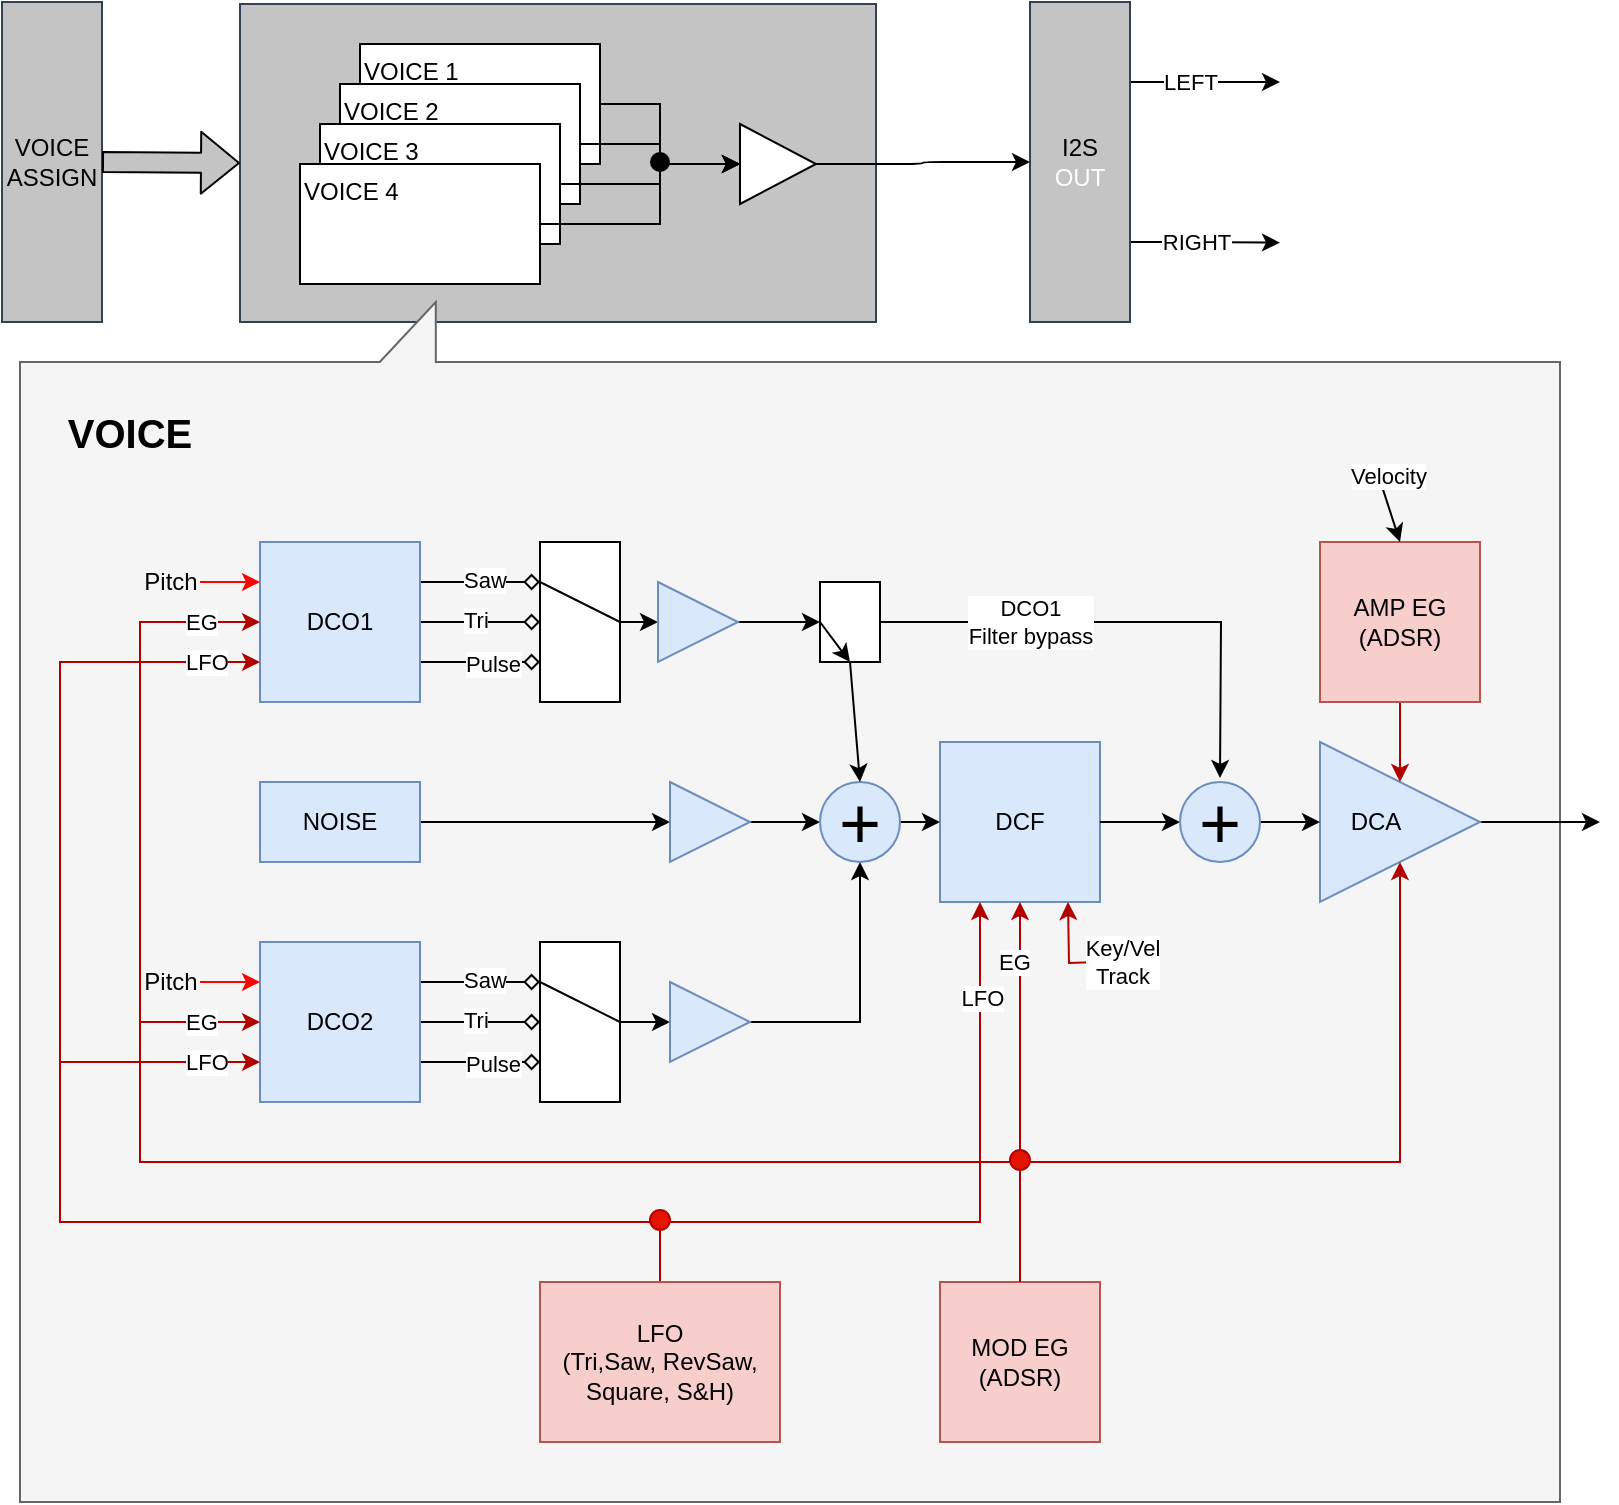
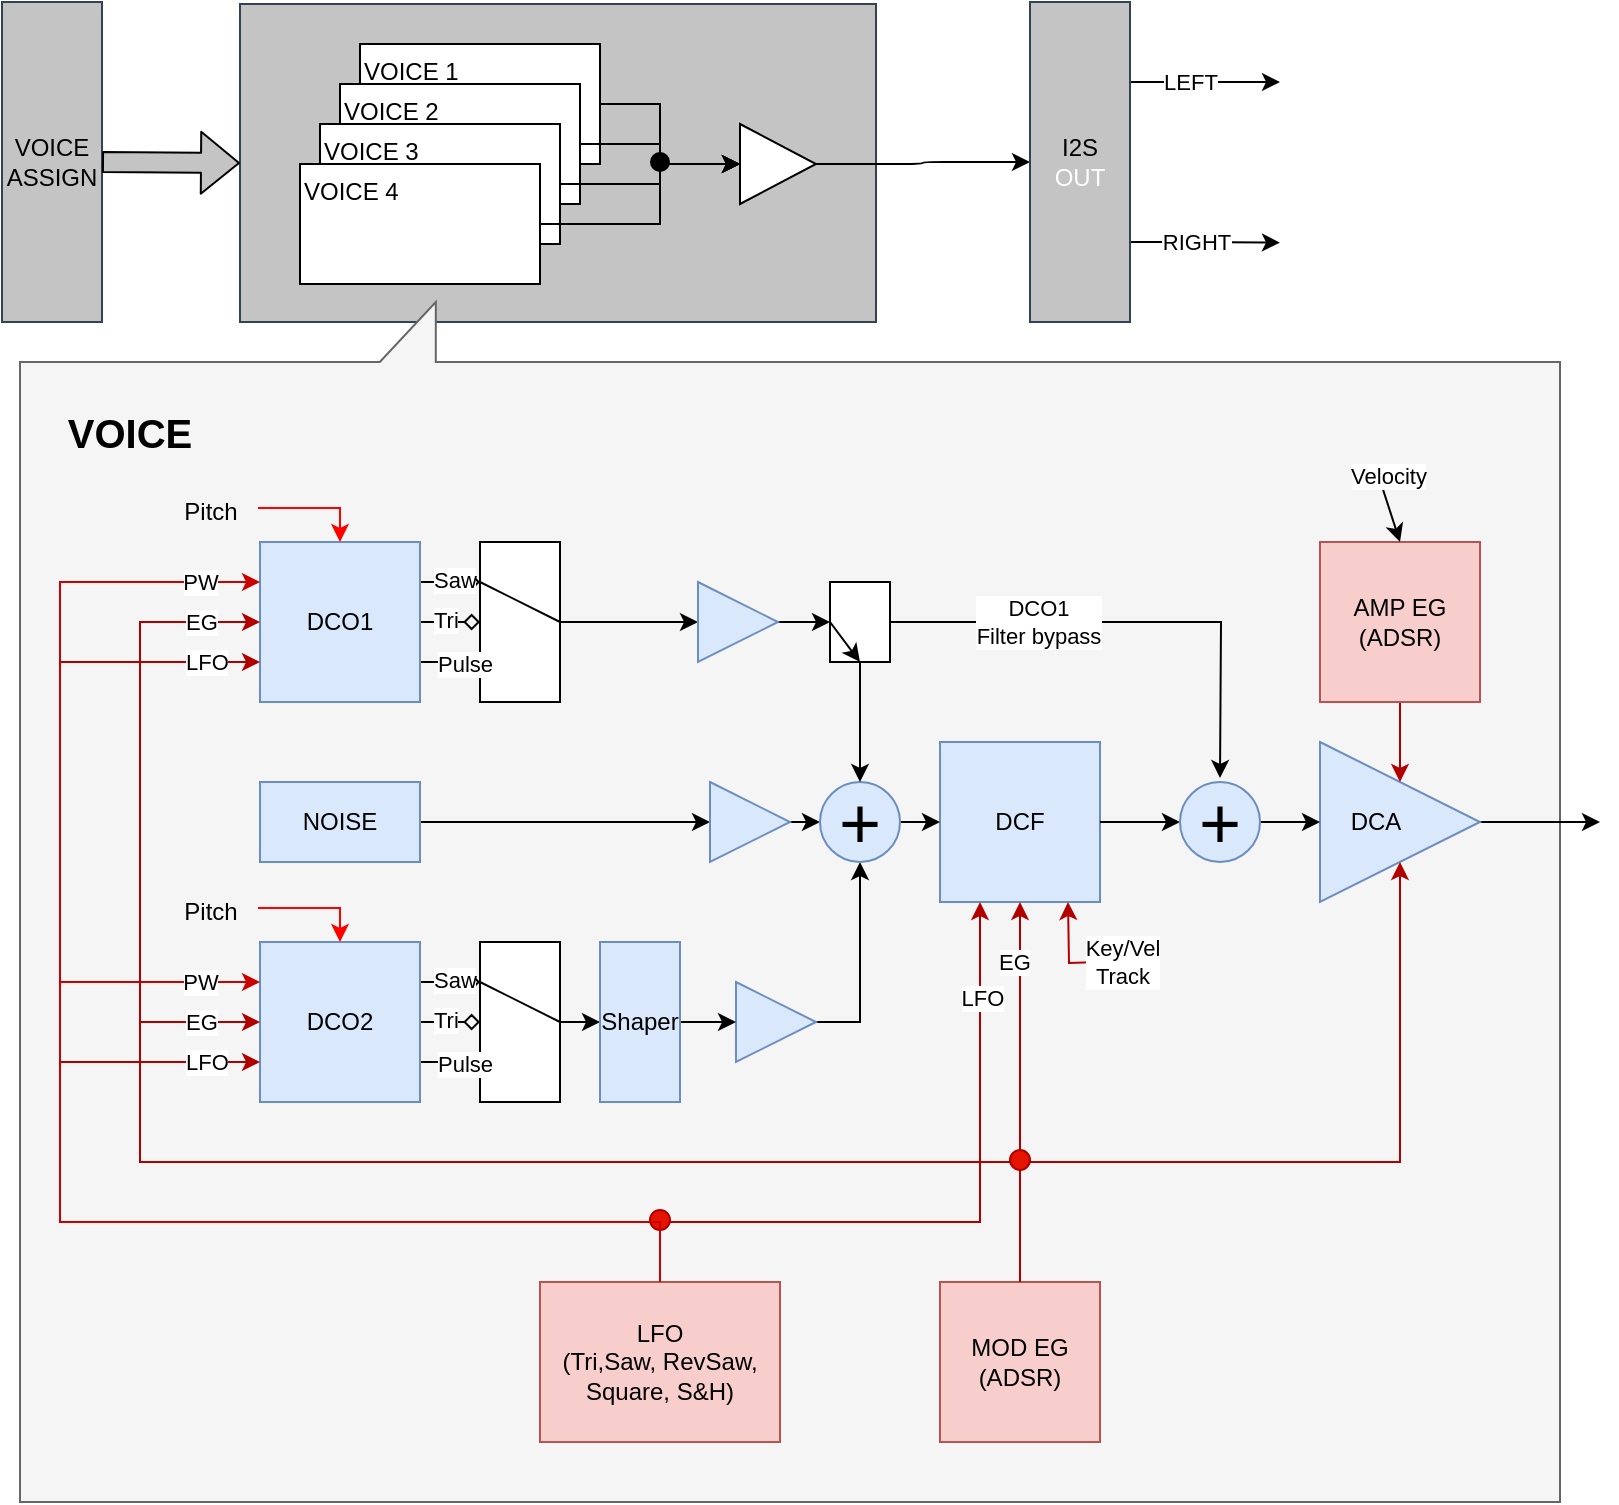
<mxfile host="65bd71144e" scale="1" border="15">
    <diagram id="7iq_FM9Adas1HoMDoNEq" name="Page-1">
        <mxGraphModel dx="1081" dy="802" grid="1" gridSize="10" guides="1" tooltips="1" connect="1" arrows="1" fold="1" page="1" pageScale="1" pageWidth="1169" pageHeight="827" background="#ffffff" math="0" shadow="0">
            <root>
                <mxCell id="0"/>
                <mxCell id="1" parent="0"/>
                <mxCell id="81" value="" style="rounded=0;whiteSpace=wrap;html=1;fillColor=#C4C4C4;fontColor=#ffffff;strokeColor=#314354;" parent="1" vertex="1">
                    <mxGeometry x="240" y="31" width="318" height="159" as="geometry"/>
                </mxCell>
                <mxCell id="96" value="" style="shape=callout;whiteSpace=wrap;html=1;perimeter=calloutPerimeter;rotation=-180;base=28;size=30;position=0.73;position2=0.73;fillColor=#f5f5f5;fontColor=#333333;strokeColor=#666666;" parent="1" vertex="1">
                    <mxGeometry x="130" y="180" width="770" height="600" as="geometry"/>
                </mxCell>
                <mxCell id="41" style="edgeStyle=none;html=1;exitX=1;exitY=0.5;exitDx=0;exitDy=0;" parent="1" source="38" edge="1">
                    <mxGeometry relative="1" as="geometry">
                        <mxPoint x="920" y="440" as="targetPoint"/>
                    </mxGeometry>
                </mxCell>
                <mxCell id="51" style="edgeStyle=none;html=1;exitX=1;exitY=0.5;exitDx=0;exitDy=0;entryX=0;entryY=0.5;entryDx=0;entryDy=0;" parent="1" source="4" target="44" edge="1">
                    <mxGeometry relative="1" as="geometry"/>
                </mxCell>
                <mxCell id="4" value="" style="rounded=0;whiteSpace=wrap;html=1;" parent="1" vertex="1">
-                     <mxGeometry x="390" y="300" width="40" height="80" as="geometry"/>
+                     <mxGeometry x="360" y="300" width="40" height="80" as="geometry"/>
                </mxCell>
                <mxCell id="5" style="edgeStyle=none;html=1;exitX=1;exitY=0.25;exitDx=0;exitDy=0;entryX=0;entryY=0.25;entryDx=0;entryDy=0;endArrow=diamond;endFill=0;" parent="1" source="2" target="4" edge="1">
                    <mxGeometry relative="1" as="geometry"/>
                </mxCell>
                <mxCell id="8" value="Saw" style="edgeLabel;html=1;align=left;verticalAlign=middle;resizable=0;points=[];" parent="5" vertex="1" connectable="0">
                    <mxGeometry x="0.025" y="3" relative="1" as="geometry">
                        <mxPoint x="-11" y="2" as="offset"/>
                    </mxGeometry>
                </mxCell>
                <mxCell id="6" style="edgeStyle=none;html=1;exitX=1;exitY=0.5;exitDx=0;exitDy=0;entryX=0;entryY=0.5;entryDx=0;entryDy=0;endArrow=diamond;endFill=0;" parent="1" source="2" target="4" edge="1">
                    <mxGeometry relative="1" as="geometry"/>
                </mxCell>
                <mxCell id="9" value="Tri" style="edgeLabel;html=1;align=left;verticalAlign=middle;resizable=0;points=[];" parent="6" vertex="1" connectable="0">
                    <mxGeometry x="0.025" relative="1" as="geometry">
                        <mxPoint x="-11" y="-1" as="offset"/>
                    </mxGeometry>
                </mxCell>
                <mxCell id="7" style="edgeStyle=none;html=1;exitX=1;exitY=0.75;exitDx=0;exitDy=0;entryX=0;entryY=0.75;entryDx=0;entryDy=0;endArrow=diamond;endFill=0;" parent="1" source="2" target="4" edge="1">
                    <mxGeometry relative="1" as="geometry"/>
                </mxCell>
                <mxCell id="10" value="Pulse" style="edgeLabel;html=1;align=left;verticalAlign=middle;resizable=0;points=[];" parent="7" vertex="1" connectable="0">
                    <mxGeometry x="-0.05" y="-2" relative="1" as="geometry">
                        <mxPoint x="-8" y="-1" as="offset"/>
                    </mxGeometry>
                </mxCell>
                <mxCell id="2" value="DCO1" style="whiteSpace=wrap;html=1;aspect=fixed;fillColor=#dae8fc;strokeColor=#6c8ebf;" parent="1" vertex="1">
                    <mxGeometry x="250" y="300" width="80" height="80" as="geometry"/>
                </mxCell>
                <mxCell id="37" style="edgeStyle=none;html=1;exitX=1;exitY=0.5;exitDx=0;exitDy=0;" parent="1" source="38" edge="1">
                    <mxGeometry relative="1" as="geometry">
                        <mxPoint x="790" y="440" as="targetPoint"/>
                    </mxGeometry>
                </mxCell>
                <mxCell id="19" value="DCF" style="rounded=0;whiteSpace=wrap;html=1;fillColor=#dae8fc;strokeColor=#6c8ebf;" parent="1" vertex="1">
                    <mxGeometry x="590" y="400" width="80" height="80" as="geometry"/>
                </mxCell>
                <mxCell id="23" style="edgeStyle=none;html=1;exitX=1;exitY=0.5;exitDx=0;exitDy=0;entryX=0;entryY=0.25;entryDx=0;entryDy=0;endArrow=none;endFill=0;" parent="1" source="4" target="4" edge="1">
                    <mxGeometry relative="1" as="geometry"/>
                </mxCell>
-                 <mxCell id="53" style="edgeStyle=none;html=1;exitX=1;exitY=0.5;exitDx=0;exitDy=0;" parent="1" source="25" target="42" edge="1">
-                     <mxGeometry relative="1" as="geometry"/>
+                 <mxCell id="53" style="edgeStyle=none;html=1;exitX=1;exitY=0.5;exitDx=0;exitDy=0;entryX=0;entryY=0.5;entryDx=0;entryDy=0;" parent="1" source="25" target="126" edge="1">
+                     <mxGeometry relative="1" as="geometry">
+                         <mxPoint x="475" y="540" as="targetPoint"/>
+                     </mxGeometry>
                </mxCell>
                <mxCell id="25" value="" style="rounded=0;whiteSpace=wrap;html=1;" parent="1" vertex="1">
-                     <mxGeometry x="390" y="500" width="40" height="80" as="geometry"/>
+                     <mxGeometry x="360" y="500" width="40" height="80" as="geometry"/>
                </mxCell>
                <mxCell id="26" style="edgeStyle=none;html=1;exitX=1;exitY=0.25;exitDx=0;exitDy=0;entryX=0;entryY=0.25;entryDx=0;entryDy=0;endArrow=diamond;endFill=0;" parent="1" source="32" target="25" edge="1">
                    <mxGeometry relative="1" as="geometry"/>
                </mxCell>
                <mxCell id="27" value="Saw" style="edgeLabel;html=1;align=left;verticalAlign=middle;resizable=0;points=[];" parent="26" vertex="1" connectable="0">
                    <mxGeometry x="0.025" y="3" relative="1" as="geometry">
                        <mxPoint x="-11" y="2" as="offset"/>
                    </mxGeometry>
                </mxCell>
                <mxCell id="28" style="edgeStyle=none;html=1;exitX=1;exitY=0.5;exitDx=0;exitDy=0;entryX=0;entryY=0.5;entryDx=0;entryDy=0;endArrow=diamond;endFill=0;" parent="1" source="32" target="25" edge="1">
                    <mxGeometry relative="1" as="geometry"/>
                </mxCell>
                <mxCell id="29" value="Tri" style="edgeLabel;html=1;align=left;verticalAlign=middle;resizable=0;points=[];" parent="28" vertex="1" connectable="0">
                    <mxGeometry x="0.025" relative="1" as="geometry">
                        <mxPoint x="-11" y="-1" as="offset"/>
                    </mxGeometry>
                </mxCell>
                <mxCell id="30" style="edgeStyle=none;html=1;exitX=1;exitY=0.75;exitDx=0;exitDy=0;entryX=0;entryY=0.75;entryDx=0;entryDy=0;endArrow=diamond;endFill=0;" parent="1" source="32" target="25" edge="1">
                    <mxGeometry relative="1" as="geometry"/>
                </mxCell>
                <mxCell id="31" value="Pulse" style="edgeLabel;html=1;align=left;verticalAlign=middle;resizable=0;points=[];" parent="30" vertex="1" connectable="0">
                    <mxGeometry x="-0.05" y="-2" relative="1" as="geometry">
                        <mxPoint x="-8" y="-1" as="offset"/>
                    </mxGeometry>
                </mxCell>
                <mxCell id="32" value="DCO2" style="whiteSpace=wrap;html=1;aspect=fixed;fillColor=#dae8fc;strokeColor=#6c8ebf;" parent="1" vertex="1">
                    <mxGeometry x="250" y="500" width="80" height="80" as="geometry"/>
                </mxCell>
                <mxCell id="33" style="edgeStyle=none;html=1;exitX=1;exitY=0.5;exitDx=0;exitDy=0;entryX=0;entryY=0.25;entryDx=0;entryDy=0;endArrow=none;endFill=0;" parent="1" source="25" target="25" edge="1">
                    <mxGeometry relative="1" as="geometry"/>
                </mxCell>
                <mxCell id="52" style="edgeStyle=none;html=1;exitX=1;exitY=0.5;exitDx=0;exitDy=0;entryX=0;entryY=0.5;entryDx=0;entryDy=0;" parent="1" source="34" target="43" edge="1">
                    <mxGeometry relative="1" as="geometry"/>
                </mxCell>
                <mxCell id="34" value="NOISE" style="rounded=0;whiteSpace=wrap;html=1;fillColor=#dae8fc;strokeColor=#6c8ebf;" parent="1" vertex="1">
                    <mxGeometry x="250" y="420" width="80" height="40" as="geometry"/>
                </mxCell>
                <mxCell id="48" style="edgeStyle=orthogonalEdgeStyle;html=1;exitX=1;exitY=0.5;exitDx=0;exitDy=0;entryX=0.5;entryY=1;entryDx=0;entryDy=0;rounded=0;curved=0;" parent="1" source="42" target="45" edge="1">
                    <mxGeometry relative="1" as="geometry"/>
                </mxCell>
                <mxCell id="42" value="" style="triangle;whiteSpace=wrap;html=1;fillColor=#dae8fc;strokeColor=#6c8ebf;" parent="1" vertex="1">
-                     <mxGeometry x="455" y="520" width="40" height="40" as="geometry"/>
+                     <mxGeometry x="488" y="520" width="40" height="40" as="geometry"/>
                </mxCell>
                <mxCell id="47" style="edgeStyle=none;html=1;exitX=1;exitY=0.5;exitDx=0;exitDy=0;entryX=0;entryY=0.5;entryDx=0;entryDy=0;" parent="1" source="43" target="45" edge="1">
                    <mxGeometry relative="1" as="geometry"/>
                </mxCell>
                <mxCell id="43" value="" style="triangle;whiteSpace=wrap;html=1;fillColor=#dae8fc;strokeColor=#6c8ebf;" parent="1" vertex="1">
-                     <mxGeometry x="455" y="420" width="40" height="40" as="geometry"/>
+                     <mxGeometry x="475" y="420" width="40" height="40" as="geometry"/>
                </mxCell>
                <mxCell id="46" style="edgeStyle=none;html=1;exitX=1;exitY=0.5;exitDx=0;exitDy=0;entryX=0;entryY=0.5;entryDx=0;entryDy=0;" parent="1" source="44" target="111" edge="1">
                    <mxGeometry relative="1" as="geometry"/>
                </mxCell>
                <mxCell id="44" value="" style="triangle;whiteSpace=wrap;html=1;fillColor=#dae8fc;strokeColor=#6c8ebf;" parent="1" vertex="1">
-                     <mxGeometry x="449" y="320" width="40" height="40" as="geometry"/>
+                     <mxGeometry x="469" y="320" width="40" height="40" as="geometry"/>
                </mxCell>
                <mxCell id="49" style="edgeStyle=none;html=1;exitX=1;exitY=0.5;exitDx=0;exitDy=0;entryX=0;entryY=0.5;entryDx=0;entryDy=0;" parent="1" source="45" target="19" edge="1">
                    <mxGeometry relative="1" as="geometry"/>
                </mxCell>
                <mxCell id="45" value="&lt;font style=&quot;font-size: 36px;&quot;&gt;&lt;span&gt;+&lt;/span&gt;&lt;/font&gt;" style="ellipse;whiteSpace=wrap;html=1;aspect=fixed;fontStyle=0;fillColor=#dae8fc;strokeColor=#6c8ebf;" parent="1" vertex="1">
                    <mxGeometry x="530" y="420" width="40" height="40" as="geometry"/>
                </mxCell>
                <mxCell id="50" value="" style="edgeStyle=none;html=1;exitX=1;exitY=0.5;exitDx=0;exitDy=0;entryX=0;entryY=0.5;entryDx=0;entryDy=0;" parent="1" source="19" target="110" edge="1">
                    <mxGeometry relative="1" as="geometry">
                        <mxPoint x="680" y="440" as="sourcePoint"/>
                        <mxPoint x="790" y="440" as="targetPoint"/>
                    </mxGeometry>
                </mxCell>
                <mxCell id="38" value="&amp;nbsp; &amp;nbsp; DCA" style="triangle;whiteSpace=wrap;html=1;align=left;fillColor=#dae8fc;strokeColor=#6c8ebf;" parent="1" vertex="1">
                    <mxGeometry x="780" y="400" width="80" height="80" as="geometry"/>
                </mxCell>
                <mxCell id="64" style="edgeStyle=orthogonalEdgeStyle;html=1;exitX=0.5;exitY=0;exitDx=0;exitDy=0;entryX=0;entryY=0.75;entryDx=0;entryDy=0;rounded=0;curved=0;fillColor=#e51400;strokeColor=#B20000;" parent="1" source="54" target="32" edge="1">
                    <mxGeometry relative="1" as="geometry">
                        <Array as="points">
                            <mxPoint x="450" y="640"/>
                            <mxPoint x="150" y="640"/>
                            <mxPoint x="150" y="560"/>
                        </Array>
                    </mxGeometry>
                </mxCell>
                <mxCell id="65" style="edgeStyle=orthogonalEdgeStyle;html=1;entryX=0;entryY=0.75;entryDx=0;entryDy=0;rounded=0;curved=0;fillColor=#e51400;strokeColor=#B20000;exitX=0.25;exitY=1;exitDx=0;exitDy=0;startArrow=classic;startFill=1;" parent="1" source="19" target="2" edge="1">
                    <mxGeometry relative="1" as="geometry">
                        <mxPoint x="610" y="500" as="sourcePoint"/>
                        <Array as="points">
                            <mxPoint x="610" y="640"/>
                            <mxPoint x="150" y="640"/>
                            <mxPoint x="150" y="360"/>
                        </Array>
                    </mxGeometry>
                </mxCell>
                <mxCell id="70" value="LFO" style="edgeLabel;html=1;align=left;verticalAlign=middle;resizable=0;points=[];" parent="65" vertex="1" connectable="0">
                    <mxGeometry x="0.952" relative="1" as="geometry">
                        <mxPoint x="-15" as="offset"/>
                    </mxGeometry>
                </mxCell>
                <mxCell id="75" value="LFO" style="edgeLabel;html=1;align=left;verticalAlign=middle;resizable=0;points=[];" parent="65" vertex="1" connectable="0">
                    <mxGeometry x="0.952" relative="1" as="geometry">
                        <mxPoint x="-15" y="200" as="offset"/>
                    </mxGeometry>
                </mxCell>
                <mxCell id="77" value="LFO" style="edgeLabel;html=1;align=center;verticalAlign=middle;resizable=0;points=[];" parent="65" vertex="1" connectable="0">
                    <mxGeometry x="-0.884" y="1" relative="1" as="geometry">
                        <mxPoint y="-10" as="offset"/>
                    </mxGeometry>
                </mxCell>
+                 <mxCell id="121" style="edgeStyle=orthogonalEdgeStyle;html=1;exitX=0.5;exitY=0;exitDx=0;exitDy=0;entryX=0;entryY=0.25;entryDx=0;entryDy=0;rounded=0;curved=0;strokeColor=#CC0000;" edge="1" parent="1" source="54" target="32">
+                     <mxGeometry relative="1" as="geometry">
+                         <Array as="points">
+                             <mxPoint x="450" y="640"/>
+                             <mxPoint x="150" y="640"/>
+                             <mxPoint x="150" y="520"/>
+                         </Array>
+                     </mxGeometry>
+                 </mxCell>
+                 <mxCell id="122" value="PW" style="edgeLabel;html=1;align=center;verticalAlign=middle;resizable=0;points=[];" vertex="1" connectable="0" parent="121">
+                     <mxGeometry x="0.8436" y="1" relative="1" as="geometry">
+                         <mxPoint x="13" y="1" as="offset"/>
+                     </mxGeometry>
+                 </mxCell>
                <mxCell id="54" value="LFO&lt;div&gt;(Tri,Saw, RevSaw, Square, S&amp;amp;H)&lt;/div&gt;" style="rounded=0;whiteSpace=wrap;html=1;strokeColor=#b85450;fillColor=#f8cecc;" parent="1" vertex="1">
                    <mxGeometry x="390" y="670" width="120" height="80" as="geometry"/>
                </mxCell>
                <mxCell id="58" style="edgeStyle=none;html=1;exitX=0.5;exitY=0;exitDx=0;exitDy=0;entryX=0.5;entryY=1;entryDx=0;entryDy=0;strokeWidth=1;fillColor=#e51400;strokeColor=#B20000;" parent="1" source="62" target="19" edge="1">
                    <mxGeometry relative="1" as="geometry"/>
                </mxCell>
                <mxCell id="76" value="EG" style="edgeLabel;html=1;align=center;verticalAlign=middle;resizable=0;points=[];" parent="58" vertex="1" connectable="0">
                    <mxGeometry x="0.1935" y="3" relative="1" as="geometry">
                        <mxPoint y="-20" as="offset"/>
                    </mxGeometry>
                </mxCell>
                <mxCell id="59" style="edgeStyle=orthogonalEdgeStyle;html=1;exitX=0.5;exitY=0;exitDx=0;exitDy=0;entryX=0;entryY=0.5;entryDx=0;entryDy=0;rounded=0;curved=0;fillColor=#e51400;strokeColor=#B20000;strokeWidth=1;" parent="1" source="55" target="32" edge="1">
                    <mxGeometry relative="1" as="geometry">
                        <Array as="points">
                            <mxPoint x="630" y="610"/>
                            <mxPoint x="190" y="610"/>
                            <mxPoint x="190" y="540"/>
                        </Array>
                    </mxGeometry>
                </mxCell>
                <mxCell id="60" style="edgeStyle=orthogonalEdgeStyle;html=1;exitX=0.5;exitY=0;exitDx=0;exitDy=0;entryX=0;entryY=0.5;entryDx=0;entryDy=0;rounded=0;curved=0;fillColor=#e51400;strokeColor=#B20000;strokeWidth=1;" parent="1" source="55" target="2" edge="1">
                    <mxGeometry relative="1" as="geometry">
                        <Array as="points">
                            <mxPoint x="630" y="610"/>
                            <mxPoint x="190" y="610"/>
                            <mxPoint x="190" y="340"/>
                        </Array>
                    </mxGeometry>
                </mxCell>
                <mxCell id="71" value="EG" style="edgeLabel;html=1;align=left;verticalAlign=middle;resizable=0;points=[];" parent="60" vertex="1" connectable="0">
                    <mxGeometry x="0.9167" relative="1" as="geometry">
                        <mxPoint x="-5" as="offset"/>
                    </mxGeometry>
                </mxCell>
                <mxCell id="74" value="EG" style="edgeLabel;html=1;align=left;verticalAlign=middle;resizable=0;points=[];" parent="60" vertex="1" connectable="0">
                    <mxGeometry x="0.9167" relative="1" as="geometry">
                        <mxPoint x="-5" y="200" as="offset"/>
                    </mxGeometry>
                </mxCell>
                <mxCell id="61" style="edgeStyle=orthogonalEdgeStyle;html=1;exitX=0.5;exitY=0;exitDx=0;exitDy=0;entryX=0.5;entryY=1;entryDx=0;entryDy=0;rounded=0;curved=0;strokeWidth=1;fillColor=#e51400;strokeColor=#B20000;" parent="1" source="55" target="38" edge="1">
                    <mxGeometry relative="1" as="geometry">
                        <Array as="points">
                            <mxPoint x="630" y="610"/>
                            <mxPoint x="820" y="610"/>
                        </Array>
                    </mxGeometry>
                </mxCell>
                <mxCell id="55" value="MOD EG&lt;div&gt;(ADSR)&lt;/div&gt;" style="rounded=0;whiteSpace=wrap;html=1;strokeColor=#b85450;strokeWidth=1;fillColor=#f8cecc;" parent="1" vertex="1">
                    <mxGeometry x="590" y="670" width="80" height="80" as="geometry"/>
                </mxCell>
-                 <mxCell id="57" style="edgeStyle=none;html=1;exitX=0.5;exitY=0;exitDx=0;exitDy=0;fillColor=#e51400;strokeColor=#B20000;strokeWidth=1;entryX=0.5;entryY=0;entryDx=0;entryDy=0;" parent="1" source="56" edge="1" target="38">
+                 <mxCell id="57" style="edgeStyle=none;html=1;exitX=0.5;exitY=0;exitDx=0;exitDy=0;fillColor=#e51400;strokeColor=#B20000;strokeWidth=1;entryX=0.5;entryY=0;entryDx=0;entryDy=0;" parent="1" source="56" target="38" edge="1">
                    <mxGeometry relative="1" as="geometry">
                        <mxPoint x="750" y="420" as="targetPoint"/>
                    </mxGeometry>
                </mxCell>
                <mxCell id="56" value="AMP EG&lt;div&gt;(ADSR)&lt;/div&gt;" style="rounded=0;whiteSpace=wrap;html=1;strokeColor=#b85450;strokeWidth=1;fillColor=#f8cecc;" parent="1" vertex="1">
                    <mxGeometry x="780" y="300" width="80" height="80" as="geometry"/>
                </mxCell>
                <mxCell id="63" value="" style="edgeStyle=none;html=1;exitX=0.5;exitY=0;exitDx=0;exitDy=0;entryX=0.5;entryY=1;entryDx=0;entryDy=0;strokeWidth=1;fillColor=#e51400;strokeColor=#B20000;endArrow=none;endFill=0;" parent="1" source="55" target="62" edge="1">
                    <mxGeometry relative="1" as="geometry">
                        <mxPoint x="630" y="640" as="sourcePoint"/>
                        <mxPoint x="630" y="480" as="targetPoint"/>
                    </mxGeometry>
                </mxCell>
                <mxCell id="62" value="" style="ellipse;whiteSpace=wrap;html=1;aspect=fixed;fillColor=#e51400;fontColor=#ffffff;strokeColor=#B20000;" parent="1" vertex="1">
                    <mxGeometry x="625" y="604" width="10" height="10" as="geometry"/>
                </mxCell>
                <mxCell id="66" value="" style="ellipse;whiteSpace=wrap;html=1;aspect=fixed;fillColor=#e51400;fontColor=#ffffff;strokeColor=#B20000;" parent="1" vertex="1">
                    <mxGeometry x="445" y="634" width="10" height="10" as="geometry"/>
                </mxCell>
                <mxCell id="67" value="" style="endArrow=classic;html=1;fillColor=#e51400;strokeColor=#B20000;edgeStyle=orthogonalEdgeStyle;rounded=0;curved=0;" parent="1" edge="1">
                    <mxGeometry width="50" height="50" relative="1" as="geometry">
                        <mxPoint x="670" y="510" as="sourcePoint"/>
                        <mxPoint x="654" y="480" as="targetPoint"/>
                    </mxGeometry>
                </mxCell>
                <mxCell id="68" value="Key/Vel&lt;div&gt;Track&lt;/div&gt;" style="edgeLabel;html=1;align=center;verticalAlign=middle;resizable=0;points=[];" parent="67" vertex="1" connectable="0">
                    <mxGeometry x="-0.6667" relative="1" as="geometry">
                        <mxPoint x="18" as="offset"/>
                    </mxGeometry>
                </mxCell>
                <mxCell id="80" value="&lt;font color=&quot;#000000&quot;&gt;VOICE&lt;/font&gt;&lt;div&gt;&lt;font color=&quot;#000000&quot;&gt;ASSIGN&lt;/font&gt;&lt;/div&gt;" style="rounded=0;whiteSpace=wrap;html=1;fillColor=#C4C4C4;fontColor=#ffffff;strokeColor=#314354;" parent="1" vertex="1">
                    <mxGeometry x="121" y="30" width="50" height="160" as="geometry"/>
                </mxCell>
                <mxCell id="82" value="" style="shape=flexArrow;endArrow=classic;html=1;exitX=1;exitY=0.5;exitDx=0;exitDy=0;entryX=0;entryY=0.5;entryDx=0;entryDy=0;fillColor=#C4C4C4;strokeColor=light-dark(#000000, #121212);" parent="1" source="80" target="81" edge="1">
                    <mxGeometry width="50" height="50" relative="1" as="geometry">
                        <mxPoint x="300" y="251" as="sourcePoint"/>
                        <mxPoint x="350" y="201" as="targetPoint"/>
                    </mxGeometry>
                </mxCell>
                <mxCell id="88" style="edgeStyle=orthogonalEdgeStyle;html=1;exitX=1;exitY=0.5;exitDx=0;exitDy=0;entryX=0;entryY=0.5;entryDx=0;entryDy=0;rounded=0;curved=0;" parent="1" source="83" target="87" edge="1">
                    <mxGeometry relative="1" as="geometry">
                        <Array as="points">
                            <mxPoint x="450" y="81"/>
                            <mxPoint x="450" y="111"/>
                        </Array>
                    </mxGeometry>
                </mxCell>
                <mxCell id="83" value="VOICE 1" style="rounded=0;whiteSpace=wrap;html=1;verticalAlign=top;align=left;" parent="1" vertex="1">
                    <mxGeometry x="300" y="51" width="120" height="60" as="geometry"/>
                </mxCell>
                <mxCell id="89" style="edgeStyle=orthogonalEdgeStyle;html=1;exitX=1;exitY=0.5;exitDx=0;exitDy=0;entryX=0;entryY=0.5;entryDx=0;entryDy=0;rounded=0;curved=0;" parent="1" source="84" target="87" edge="1">
                    <mxGeometry relative="1" as="geometry"/>
                </mxCell>
                <mxCell id="84" value="VOICE 2" style="rounded=0;whiteSpace=wrap;html=1;verticalAlign=top;align=left;" parent="1" vertex="1">
                    <mxGeometry x="290" y="71" width="120" height="60" as="geometry"/>
                </mxCell>
                <mxCell id="90" style="edgeStyle=orthogonalEdgeStyle;html=1;exitX=1;exitY=0.5;exitDx=0;exitDy=0;entryX=0;entryY=0.5;entryDx=0;entryDy=0;rounded=0;curved=0;" parent="1" source="85" target="87" edge="1">
                    <mxGeometry relative="1" as="geometry">
                        <mxPoint x="460" y="101" as="targetPoint"/>
                        <Array as="points">
                            <mxPoint x="450" y="121"/>
                            <mxPoint x="450" y="111"/>
                        </Array>
                    </mxGeometry>
                </mxCell>
                <mxCell id="85" value="VOICE 3" style="rounded=0;whiteSpace=wrap;html=1;verticalAlign=top;align=left;" parent="1" vertex="1">
                    <mxGeometry x="280" y="91" width="120" height="60" as="geometry"/>
                </mxCell>
                <mxCell id="91" style="edgeStyle=orthogonalEdgeStyle;html=1;exitX=1;exitY=0.5;exitDx=0;exitDy=0;entryX=0;entryY=0.5;entryDx=0;entryDy=0;rounded=0;curved=0;" parent="1" source="86" target="87" edge="1">
                    <mxGeometry relative="1" as="geometry">
                        <mxPoint x="460" y="101" as="targetPoint"/>
                        <Array as="points">
                            <mxPoint x="450" y="141"/>
                            <mxPoint x="450" y="111"/>
                            <mxPoint x="480" y="111"/>
                        </Array>
                    </mxGeometry>
                </mxCell>
                <mxCell id="86" value="VOICE 4" style="rounded=0;whiteSpace=wrap;html=1;verticalAlign=top;align=left;" parent="1" vertex="1">
                    <mxGeometry x="270" y="111" width="120" height="60" as="geometry"/>
                </mxCell>
                <mxCell id="95" style="edgeStyle=orthogonalEdgeStyle;html=1;exitX=1;exitY=0.5;exitDx=0;exitDy=0;entryX=0;entryY=0.5;entryDx=0;entryDy=0;" parent="1" source="87" target="94" edge="1">
                    <mxGeometry relative="1" as="geometry"/>
                </mxCell>
                <mxCell id="87" value="" style="triangle;whiteSpace=wrap;html=1;" parent="1" vertex="1">
                    <mxGeometry x="490" y="91" width="38" height="40" as="geometry"/>
                </mxCell>
                <mxCell id="92" value="" style="ellipse;whiteSpace=wrap;html=1;aspect=fixed;strokeColor=#000000;fillStyle=solid;" parent="1" vertex="1">
                    <mxGeometry x="650" y="140" as="geometry"/>
                </mxCell>
                <mxCell id="93" value="" style="ellipse;whiteSpace=wrap;html=1;aspect=fixed;fillColor=#000000;fontColor=#ffffff;strokeColor=none;" parent="1" vertex="1">
                    <mxGeometry x="445" y="105" width="10" height="10" as="geometry"/>
                </mxCell>
                <mxCell id="98" style="edgeStyle=orthogonalEdgeStyle;html=1;exitX=1;exitY=0.25;exitDx=0;exitDy=0;" parent="1" source="94" edge="1">
                    <mxGeometry relative="1" as="geometry">
                        <mxPoint x="760" y="70" as="targetPoint"/>
                    </mxGeometry>
                </mxCell>
                <mxCell id="100" value="LEFT" style="edgeLabel;html=1;align=center;verticalAlign=middle;resizable=0;points=[];" parent="98" vertex="1" connectable="0">
                    <mxGeometry x="-0.1833" y="-3" relative="1" as="geometry">
                        <mxPoint x="-1" y="-3" as="offset"/>
                    </mxGeometry>
                </mxCell>
                <mxCell id="99" style="edgeStyle=orthogonalEdgeStyle;html=1;exitX=1;exitY=0.75;exitDx=0;exitDy=0;" parent="1" source="94" edge="1">
                    <mxGeometry relative="1" as="geometry">
                        <mxPoint x="760" y="150.33333333333337" as="targetPoint"/>
                    </mxGeometry>
                </mxCell>
                <mxCell id="101" value="RIGHT" style="edgeLabel;html=1;align=center;verticalAlign=middle;resizable=0;points=[];" parent="99" vertex="1" connectable="0">
                    <mxGeometry x="-0.1429" relative="1" as="geometry">
                        <mxPoint as="offset"/>
                    </mxGeometry>
                </mxCell>
                <mxCell id="94" value="&lt;font color=&quot;#000000&quot;&gt;I2S&lt;/font&gt;&lt;div&gt;OUT&lt;/div&gt;" style="rounded=0;whiteSpace=wrap;html=1;fillColor=#C4C4C4;fontColor=#ffffff;strokeColor=#314354;" parent="1" vertex="1">
                    <mxGeometry x="635" y="30" width="50" height="160" as="geometry"/>
                </mxCell>
                <mxCell id="97" value="VOICE" style="text;strokeColor=none;align=center;fillColor=none;html=1;verticalAlign=middle;whiteSpace=wrap;rounded=0;fontStyle=1;fontSize=20;" parent="1" vertex="1">
                    <mxGeometry x="150" y="230" width="70" height="30" as="geometry"/>
                </mxCell>
-                 <mxCell id="103" value="" style="endArrow=classic;html=1;strokeColor=#FF0000;" parent="1" edge="1">
-                     <mxGeometry width="50" height="50" relative="1" as="geometry">
-                         <mxPoint x="220" y="520" as="sourcePoint"/>
-                         <mxPoint x="250" y="520" as="targetPoint"/>
-                     </mxGeometry>
-                 </mxCell>
-                 <mxCell id="104" value="Pitch" style="text;html=1;align=center;verticalAlign=middle;resizable=0;points=[];autosize=1;strokeColor=none;fillColor=none;" parent="1" vertex="1">
-                     <mxGeometry x="180" y="505" width="50" height="30" as="geometry"/>
-                 </mxCell>
                <mxCell id="105" value="Pitch" style="text;html=1;align=center;verticalAlign=middle;resizable=0;points=[];autosize=1;strokeColor=none;fillColor=none;" parent="1" vertex="1">
-                     <mxGeometry x="180" y="305" width="50" height="30" as="geometry"/>
-                 </mxCell>
-                 <mxCell id="106" value="" style="endArrow=classic;html=1;strokeColor=#FF0000;" parent="1" edge="1">
+                     <mxGeometry x="200" y="270" width="50" height="30" as="geometry"/>
+                 </mxCell>
+                 <mxCell id="106" value="" style="endArrow=classic;html=1;strokeColor=#FF0000;entryX=0.5;entryY=0;entryDx=0;entryDy=0;exitX=0.98;exitY=0.433;exitDx=0;exitDy=0;exitPerimeter=0;edgeStyle=orthogonalEdgeStyle;rounded=0;curved=0;" parent="1" edge="1" target="2" source="105">
                    <mxGeometry width="50" height="50" relative="1" as="geometry">
                        <mxPoint x="220" y="320" as="sourcePoint"/>
                        <mxPoint x="250" y="320" as="targetPoint"/>
                    </mxGeometry>
                </mxCell>
-                 <mxCell id="108" style="edgeStyle=none;html=1;exitX=0.5;exitY=0;exitDx=0;exitDy=0;entryX=0.117;entryY=0.852;entryDx=0;entryDy=0;entryPerimeter=0;startArrow=classic;startFill=1;endArrow=none;endFill=0;" edge="1" parent="1" source="56" target="96">
-                     <mxGeometry relative="1" as="geometry"/>
-                 </mxCell>
-                 <mxCell id="109" value="Velocity" style="edgeLabel;html=1;align=center;verticalAlign=middle;resizable=0;points=[];" vertex="1" connectable="0" parent="108">
+                 <mxCell id="108" style="edgeStyle=none;html=1;exitX=0.5;exitY=0;exitDx=0;exitDy=0;entryX=0.117;entryY=0.852;entryDx=0;entryDy=0;entryPerimeter=0;startArrow=classic;startFill=1;endArrow=none;endFill=0;" parent="1" source="56" target="96" edge="1">
+                     <mxGeometry relative="1" as="geometry"/>
+                 </mxCell>
+                 <mxCell id="109" value="Velocity" style="edgeLabel;html=1;align=center;verticalAlign=middle;resizable=0;points=[];" parent="108" vertex="1" connectable="0">
                    <mxGeometry x="0.3435" y="2" relative="1" as="geometry">
                        <mxPoint x="2" y="-13" as="offset"/>
                    </mxGeometry>
                </mxCell>
-                 <mxCell id="118" value="" style="edgeStyle=none;html=1;" edge="1" parent="1" source="110" target="38">
-                     <mxGeometry relative="1" as="geometry"/>
-                 </mxCell>
-                 <mxCell id="110" value="&lt;font style=&quot;font-size: 36px;&quot;&gt;&lt;span&gt;+&lt;/span&gt;&lt;/font&gt;" style="ellipse;whiteSpace=wrap;html=1;aspect=fixed;fontStyle=0;fillColor=#dae8fc;strokeColor=#6c8ebf;" vertex="1" parent="1">
+                 <mxCell id="118" value="" style="edgeStyle=none;html=1;" parent="1" source="110" target="38" edge="1">
+                     <mxGeometry relative="1" as="geometry"/>
+                 </mxCell>
+                 <mxCell id="110" value="&lt;font style=&quot;font-size: 36px;&quot;&gt;&lt;span&gt;+&lt;/span&gt;&lt;/font&gt;" style="ellipse;whiteSpace=wrap;html=1;aspect=fixed;fontStyle=0;fillColor=#dae8fc;strokeColor=#6c8ebf;" parent="1" vertex="1">
                    <mxGeometry x="710" y="420" width="40" height="40" as="geometry"/>
                </mxCell>
-                 <mxCell id="113" style="edgeStyle=orthogonalEdgeStyle;html=1;exitX=1;exitY=0.5;exitDx=0;exitDy=0;rounded=0;curved=0;" edge="1" parent="1" source="111">
+                 <mxCell id="113" style="edgeStyle=orthogonalEdgeStyle;html=1;exitX=1;exitY=0.5;exitDx=0;exitDy=0;rounded=0;curved=0;" parent="1" source="111" edge="1">
                    <mxGeometry relative="1" as="geometry">
                        <mxPoint x="730" y="418" as="targetPoint"/>
                    </mxGeometry>
                </mxCell>
-                 <mxCell id="117" value="DCO1&lt;div&gt;Filter bypass&lt;/div&gt;" style="edgeLabel;html=1;align=center;verticalAlign=middle;resizable=0;points=[];" vertex="1" connectable="0" parent="113">
+                 <mxCell id="117" value="DCO1&lt;div&gt;Filter bypass&lt;/div&gt;" style="edgeLabel;html=1;align=center;verticalAlign=middle;resizable=0;points=[];" parent="113" vertex="1" connectable="0">
                    <mxGeometry x="-0.3962" y="-4" relative="1" as="geometry">
                        <mxPoint y="-4" as="offset"/>
                    </mxGeometry>
                </mxCell>
-                 <mxCell id="115" style="edgeStyle=none;html=1;exitX=0.5;exitY=1;exitDx=0;exitDy=0;entryX=0.5;entryY=0;entryDx=0;entryDy=0;" edge="1" parent="1" source="111" target="45">
-                     <mxGeometry relative="1" as="geometry"/>
-                 </mxCell>
-                 <mxCell id="111" value="" style="rounded=0;whiteSpace=wrap;html=1;" vertex="1" parent="1">
-                     <mxGeometry x="530" y="320" width="30" height="40" as="geometry"/>
-                 </mxCell>
-                 <mxCell id="116" style="edgeStyle=none;html=1;exitX=0;exitY=0.5;exitDx=0;exitDy=0;entryX=0.5;entryY=1;entryDx=0;entryDy=0;" edge="1" parent="1" source="111" target="111">
-                     <mxGeometry relative="1" as="geometry"/>
+                 <mxCell id="115" style="edgeStyle=none;html=1;exitX=0.5;exitY=1;exitDx=0;exitDy=0;entryX=0.5;entryY=0;entryDx=0;entryDy=0;" parent="1" source="111" target="45" edge="1">
+                     <mxGeometry relative="1" as="geometry"/>
+                 </mxCell>
+                 <mxCell id="111" value="" style="rounded=0;whiteSpace=wrap;html=1;" parent="1" vertex="1">
+                     <mxGeometry x="535" y="320" width="30" height="40" as="geometry"/>
+                 </mxCell>
+                 <mxCell id="116" style="edgeStyle=none;html=1;exitX=0;exitY=0.5;exitDx=0;exitDy=0;entryX=0.5;entryY=1;entryDx=0;entryDy=0;" parent="1" source="111" target="111" edge="1">
+                     <mxGeometry relative="1" as="geometry"/>
+                 </mxCell>
+                 <mxCell id="119" value="" style="endArrow=classic;html=1;strokeColor=#FF0000;exitX=0.98;exitY=0.433;exitDx=0;exitDy=0;exitPerimeter=0;edgeStyle=orthogonalEdgeStyle;rounded=0;curved=0;" edge="1" source="120" parent="1">
+                     <mxGeometry width="50" height="50" relative="1" as="geometry">
+                         <mxPoint x="220" y="520" as="sourcePoint"/>
+                         <mxPoint x="290" y="500" as="targetPoint"/>
+                         <Array as="points">
+                             <mxPoint x="290" y="483"/>
+                         </Array>
+                     </mxGeometry>
+                 </mxCell>
+                 <mxCell id="120" value="Pitch" style="text;html=1;align=center;verticalAlign=middle;resizable=0;points=[];autosize=1;strokeColor=none;fillColor=none;" vertex="1" parent="1">
+                     <mxGeometry x="200" y="470" width="50" height="30" as="geometry"/>
+                 </mxCell>
+                 <mxCell id="123" style="edgeStyle=orthogonalEdgeStyle;html=1;exitX=0.5;exitY=0;exitDx=0;exitDy=0;rounded=0;curved=0;strokeColor=#CC0000;entryX=0;entryY=0.25;entryDx=0;entryDy=0;" edge="1" parent="1" source="54" target="2">
+                     <mxGeometry relative="1" as="geometry">
+                         <Array as="points">
+                             <mxPoint x="450" y="640"/>
+                             <mxPoint x="150" y="640"/>
+                             <mxPoint x="150" y="320"/>
+                         </Array>
+                     </mxGeometry>
+                 </mxCell>
+                 <mxCell id="124" value="PW" style="edgeLabel;html=1;align=center;verticalAlign=middle;resizable=0;points=[];" vertex="1" connectable="0" parent="123">
+                     <mxGeometry x="0.8827" y="-1" relative="1" as="geometry">
+                         <mxPoint x="14" y="-1" as="offset"/>
+                     </mxGeometry>
+                 </mxCell>
+                 <mxCell id="127" value="" style="edgeStyle=none;html=1;" edge="1" parent="1" source="126" target="42">
+                     <mxGeometry relative="1" as="geometry"/>
+                 </mxCell>
+                 <mxCell id="126" value="Shaper" style="rounded=0;whiteSpace=wrap;html=1;fillColor=#dae8fc;strokeColor=#6c8ebf;" vertex="1" parent="1">
+                     <mxGeometry x="420" y="500" width="40" height="80" as="geometry"/>
                </mxCell>
            </root>
        </mxGraphModel>
    </diagram>
</mxfile>